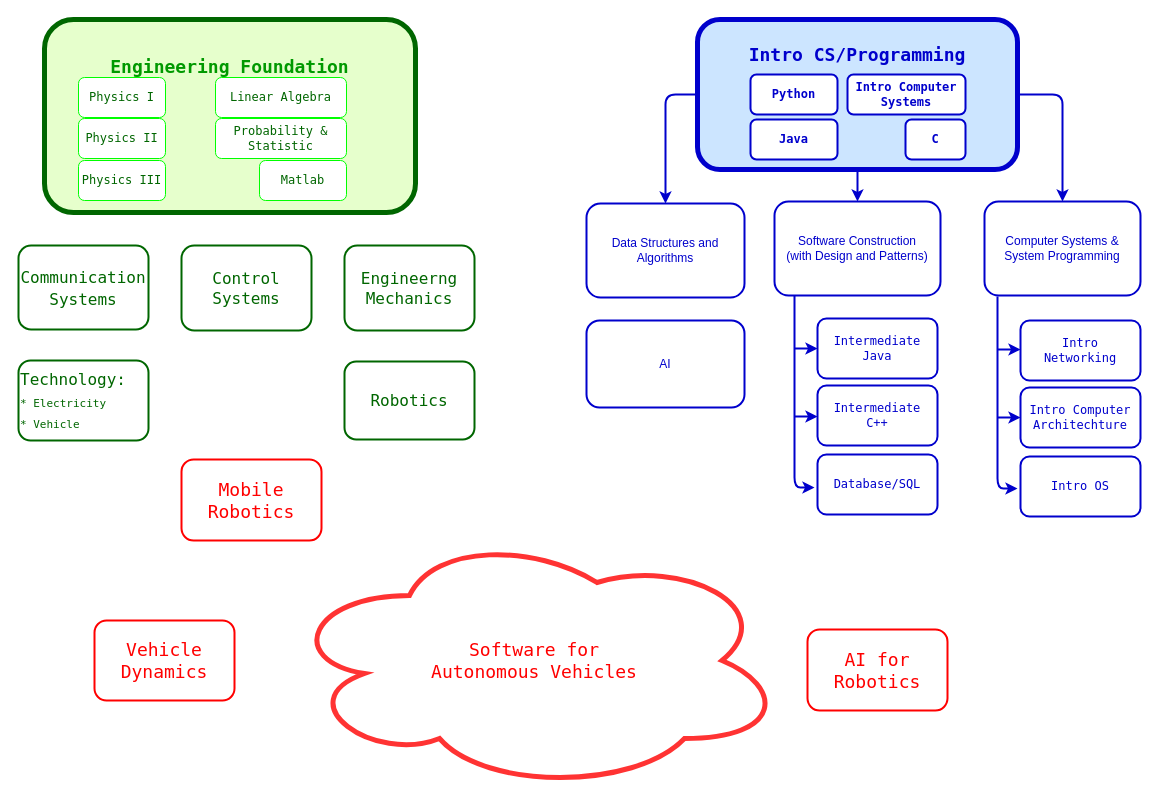
tqvnde/learning-notes keeps this draw.io diagram as self-study.drawio. Above is the earlier version. Source tidied: cells renumbered, new cells numbered last; positions are measured from the earlier drawing's top-left corner, leaving out a move shared by most shapes. Both pictures are drawn from the tidied source at 100%, with x=0, y=0 at pixel (18, 19).
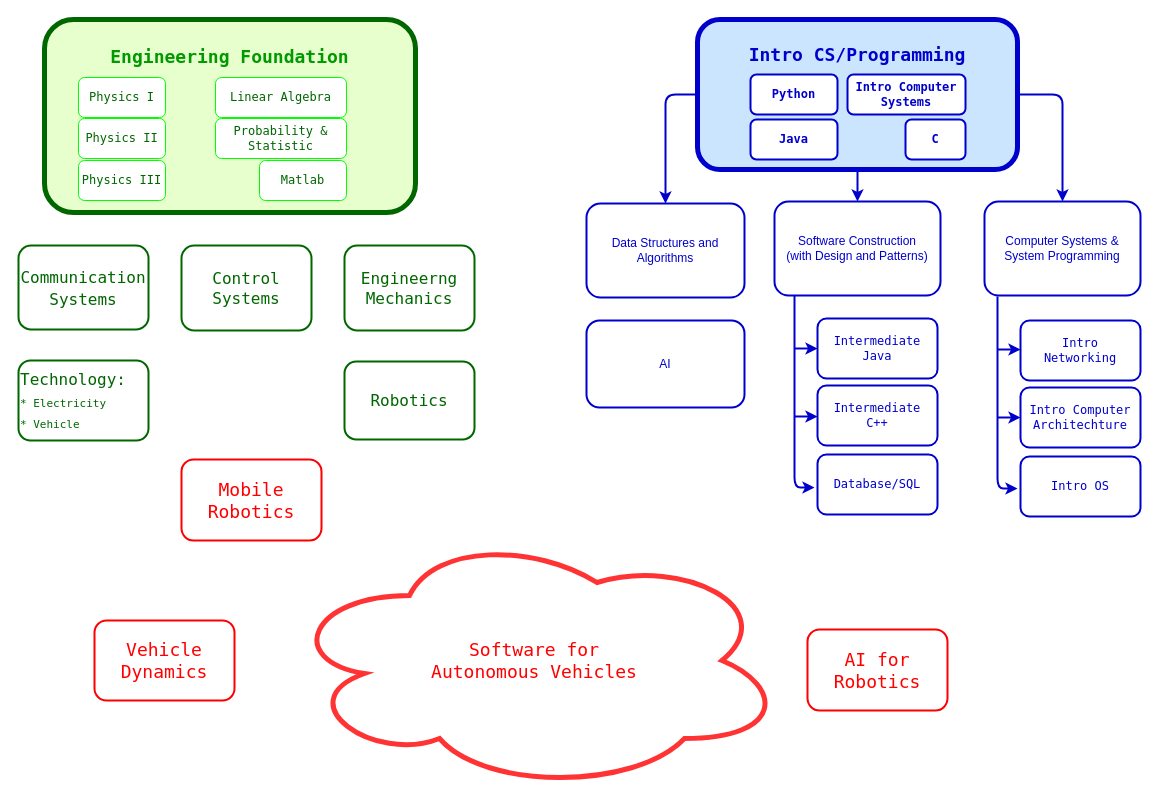
Above is the later version.

Diff of the diagram source:
```diff
@@
-    <mxCell id="2" value="Engineering Foundation" style="rounded=1;whiteSpace=wrap;html=1;spacingTop=-100;fontColor=#009900;fontFamily=Lucida Console;fontSize=18;fontStyle=1;strokeColor=#006600;strokeWidth=5;fillColor=#E6FFCC;" parent="1" vertex="1">
+    <mxCell id="2" value="Engineering Foundation" style="rounded=1;whiteSpace=wrap;html=1;spacingTop=-120;fontColor=#009900;fontFamily=Lucida Console;fontSize=18;fontStyle=1;strokeColor=#006600;strokeWidth=5;fillColor=#E6FFCC;" parent="1" vertex="1">
       <mxGeometry x="26" width="371" height="193" as="geometry" />
     </mxCell>
```
